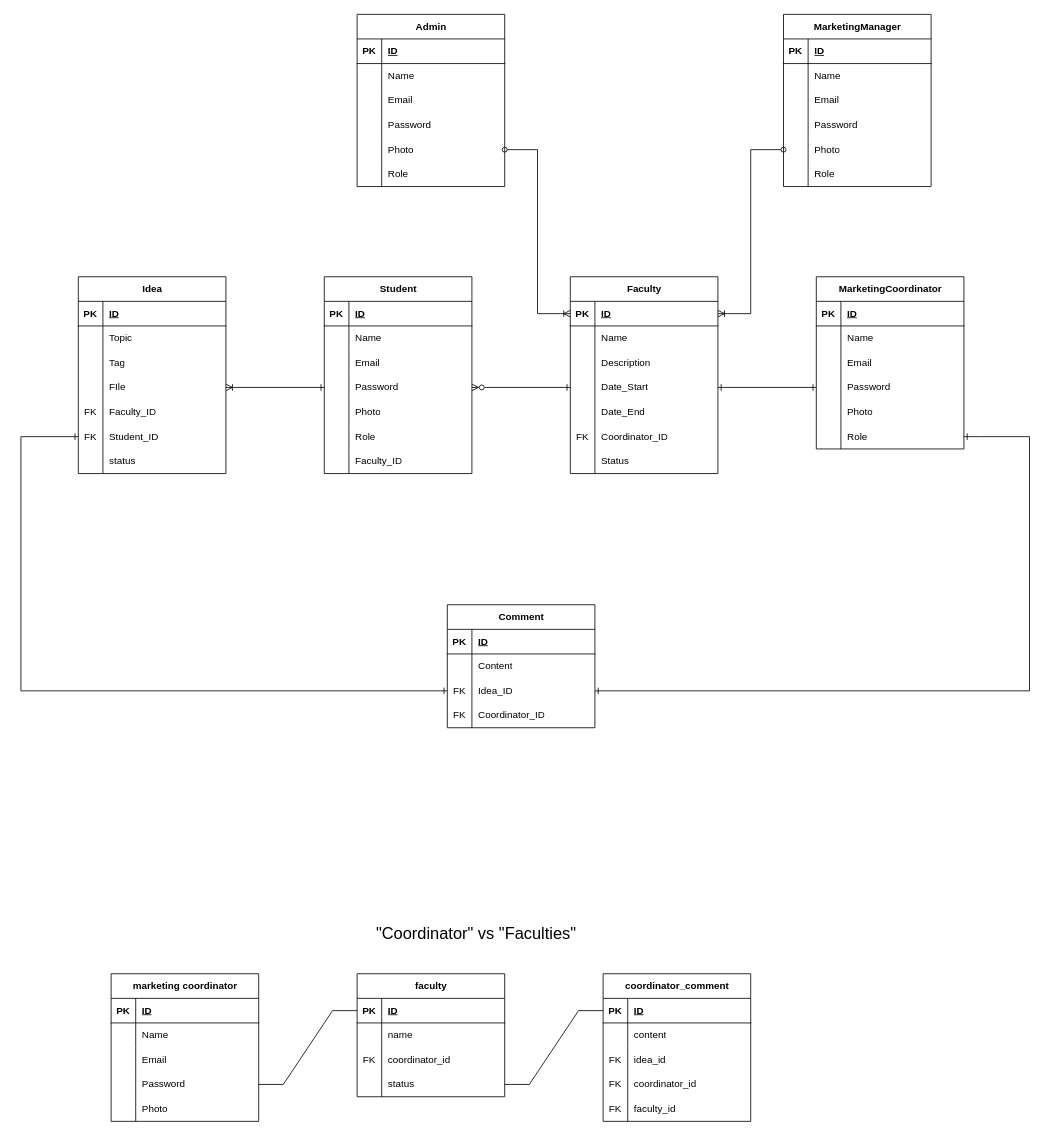
Before: Database System Design diagram/ERD.drawio in HungBuii/creative_ideas_project_1, a draw.io diagram. Source tidied: cells renumbered, new cells numbered last; positions are measured from the earlier drawing's top-left corner, leaving out a move shared by most shapes. Both pictures are drawn from the tidied source at 82%, with x=0, y=0 at pixel (20, 14).
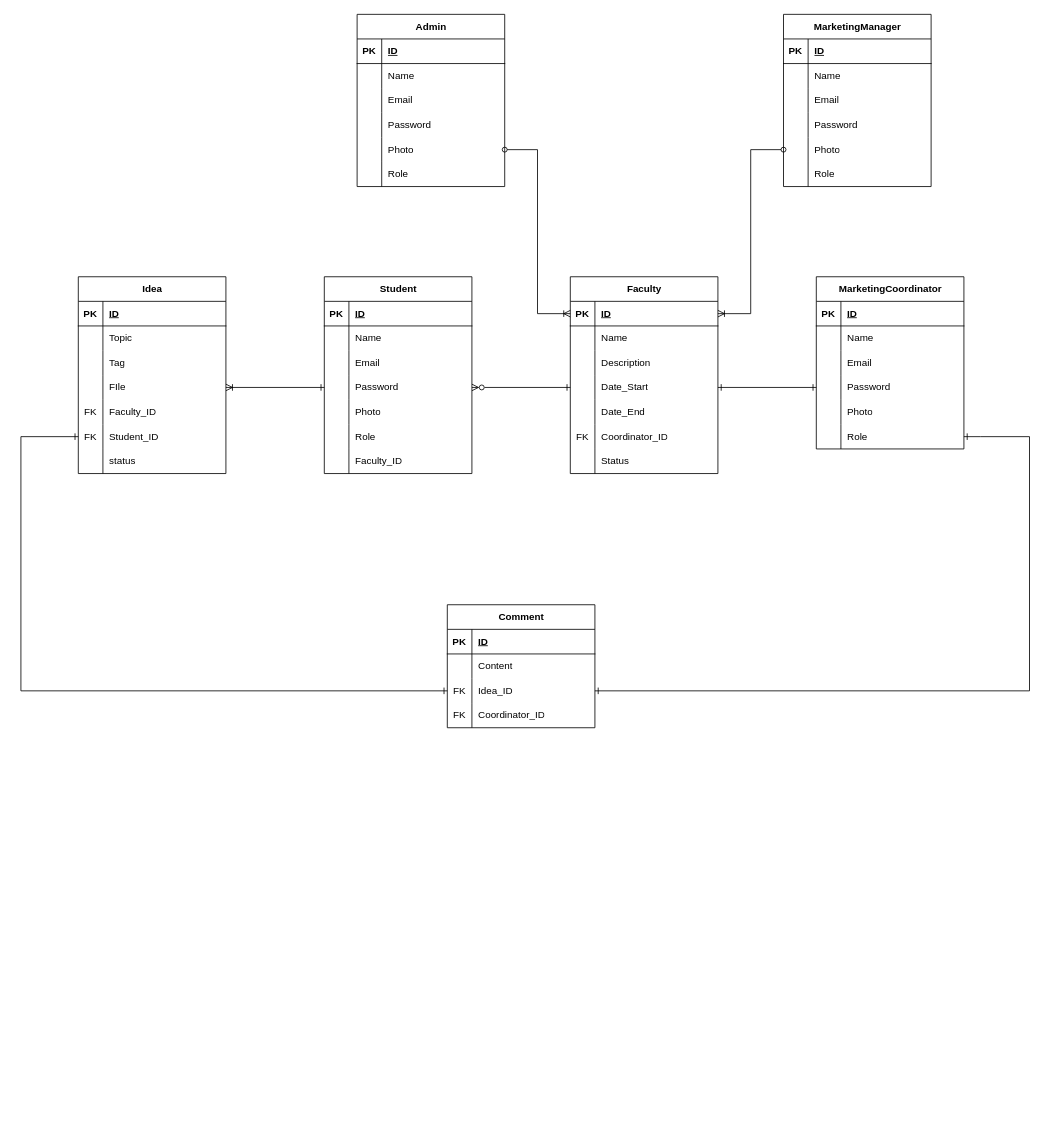
Above is the later version.

Diff of the diagram source:
```diff
@@
-    <mxCell id="2" value="&lt;font style=&quot;font-size: 20px;&quot;&gt;&quot;Coordinator&quot; vs &quot;Faculties&quot;&lt;/font&gt;" style="text;html=1;align=center;verticalAlign=middle;strokeColor=none;fillColor=none;" parent="1" vertex="1">
-      <mxGeometry x="420" y="1100" width="270" height="40" as="geometry" />
-    </mxCell>
-    <mxCell id="3" value="marketing coordinator" style="shape=table;startSize=30;childLayout=tableLayout;rowLines=0;fontStyle=1;align=center;html=1;" parent="1" vertex="1">
-      <mxGeometry x="110" y="1170" width="180" height="180" as="geometry" />
-    </mxCell>
-    <mxCell id="4" style="shape=tableRow;horizontal=0;startSize=0;swimlaneHead=0;swimlaneBody=0;fillColor=none;top=0;left=0;right=0;bottom=1;" parent="3" vertex="1">
-      <mxGeometry y="30" width="180" height="30" as="geometry" />
-    </mxCell>
-    <mxCell id="5" value="PK" style="shape=partialRectangle;fillColor=none;top=0;left=0;bottom=0;right=0;fontStyle=1;overflow=hidden;whiteSpace=wrap;html=1;" parent="4" vertex="1">
-      <mxGeometry width="30" height="30" as="geometry" />
-    </mxCell>
-    <mxCell id="6" value="ID" style="shape=partialRectangle;fillColor=none;top=0;left=0;bottom=0;right=0;align=left;spacingLeft=6;fontStyle=5;overflow=hidden;whiteSpace=wrap;html=1;" parent="4" vertex="1">
-      <mxGeometry x="30" width="150" height="30" as="geometry" />
-    </mxCell>
-    <mxCell id="7" style="shape=tableRow;horizontal=0;startSize=0;swimlaneHead=0;swimlaneBody=0;fillColor=none;top=0;left=0;right=0;bottom=0;" parent="3" vertex="1">
-      <mxGeometry y="60" width="180" height="30" as="geometry" />
-    </mxCell>
-    <mxCell id="8" style="shape=partialRectangle;fillColor=none;top=0;left=0;bottom=0;right=0;overflow=hidden;whiteSpace=wrap;html=1;" parent="7" vertex="1">
-      <mxGeometry width="30" height="30" as="geometry" />
-    </mxCell>
-    <mxCell id="9" value="Name" style="shape=partialRectangle;fillColor=none;top=0;left=0;bottom=0;right=0;align=left;spacingLeft=6;overflow=hidden;whiteSpace=wrap;html=1;" parent="7" vertex="1">
-      <mxGeometry x="30" width="150" height="30" as="geometry" />
-    </mxCell>
-    <mxCell id="10" style="shape=tableRow;horizontal=0;startSize=0;swimlaneHead=0;swimlaneBody=0;fillColor=none;top=0;left=0;right=0;bottom=0;" parent="3" vertex="1">
-      <mxGeometry y="90" width="180" height="30" as="geometry" />
-    </mxCell>
-    <mxCell id="11" style="shape=partialRectangle;fillColor=none;top=0;left=0;bottom=0;right=0;overflow=hidden;whiteSpace=wrap;html=1;" parent="10" vertex="1">
-      <mxGeometry width="30" height="30" as="geometry" />
-    </mxCell>
-    <mxCell id="12" value="Email" style="shape=partialRectangle;fillColor=none;top=0;left=0;bottom=0;right=0;align=left;spacingLeft=6;overflow=hidden;whiteSpace=wrap;html=1;" parent="10" vertex="1">
-      <mxGeometry x="30" width="150" height="30" as="geometry" />
-    </mxCell>
-    <mxCell id="13" style="shape=tableRow;horizontal=0;startSize=0;swimlaneHead=0;swimlaneBody=0;fillColor=none;points=[[0,0.5],[1,0.5]];portConstraint=eastwest;top=0;left=0;right=0;bottom=0;" parent="3" vertex="1">
-      <mxGeometry y="120" width="180" height="30" as="geometry" />
-    </mxCell>
-    <mxCell id="14" style="shape=partialRectangle;fillColor=none;top=0;left=0;bottom=0;right=0;overflow=hidden;whiteSpace=wrap;html=1;" parent="13" vertex="1">
-      <mxGeometry width="30" height="30" as="geometry" />
-    </mxCell>
-    <mxCell id="15" value="Password" style="shape=partialRectangle;fillColor=none;top=0;left=0;bottom=0;right=0;align=left;spacingLeft=6;overflow=hidden;whiteSpace=wrap;html=1;" parent="13" vertex="1">
-      <mxGeometry x="30" width="150" height="30" as="geometry" />
-    </mxCell>
-    <mxCell id="16" style="shape=tableRow;horizontal=0;startSize=0;swimlaneHead=0;swimlaneBody=0;fillColor=none;top=0;left=0;right=0;bottom=0;" parent="3" vertex="1">
-      <mxGeometry y="150" width="180" height="30" as="geometry" />
-    </mxCell>
-    <mxCell id="17" style="shape=partialRectangle;fillColor=none;top=0;left=0;bottom=0;right=0;overflow=hidden;whiteSpace=wrap;html=1;" parent="16" vertex="1">
-      <mxGeometry width="30" height="30" as="geometry" />
-    </mxCell>
-    <mxCell id="18" value="Photo" style="shape=partialRectangle;fillColor=none;top=0;left=0;bottom=0;right=0;align=left;spacingLeft=6;overflow=hidden;whiteSpace=wrap;html=1;" parent="16" vertex="1">
-      <mxGeometry x="30" width="150" height="30" as="geometry" />
-    </mxCell>
-    <mxCell id="19" value="faculty" style="shape=table;startSize=30;childLayout=tableLayout;rowLines=0;fontStyle=1;align=center;html=1;" parent="1" vertex="1">
-      <mxGeometry x="410" y="1170" width="180" height="150" as="geometry" />
-    </mxCell>
-    <mxCell id="20" style="shape=tableRow;horizontal=0;startSize=0;swimlaneHead=0;swimlaneBody=0;fillColor=none;points=[[0,0.5],[1,0.5]];portConstraint=eastwest;top=0;left=0;right=0;bottom=1;" parent="19" vertex="1">
-      <mxGeometry y="30" width="180" height="30" as="geometry" />
-    </mxCell>
-    <mxCell id="21" value="PK" style="shape=partialRectangle;fillColor=none;top=0;left=0;bottom=0;right=0;fontStyle=1;overflow=hidden;whiteSpace=wrap;html=1;" parent="20" vertex="1">
-      <mxGeometry width="30" height="30" as="geometry" />
-    </mxCell>
-    <mxCell id="22" value="ID" style="shape=partialRectangle;fillColor=none;top=0;left=0;bottom=0;right=0;align=left;spacingLeft=6;fontStyle=5;overflow=hidden;whiteSpace=wrap;html=1;" parent="20" vertex="1">
-      <mxGeometry x="30" width="150" height="30" as="geometry" />
-    </mxCell>
-    <mxCell id="23" style="shape=tableRow;horizontal=0;startSize=0;swimlaneHead=0;swimlaneBody=0;fillColor=none;top=0;left=0;right=0;bottom=0;" parent="19" vertex="1">
-      <mxGeometry y="60" width="180" height="30" as="geometry" />
-    </mxCell>
-    <mxCell id="24" style="shape=partialRectangle;fillColor=none;top=0;left=0;bottom=0;right=0;overflow=hidden;whiteSpace=wrap;html=1;" parent="23" vertex="1">
-      <mxGeometry width="30" height="30" as="geometry" />
-    </mxCell>
-    <mxCell id="25" value="name" style="shape=partialRectangle;fillColor=none;top=0;left=0;bottom=0;right=0;align=left;spacingLeft=6;overflow=hidden;whiteSpace=wrap;html=1;" parent="23" vertex="1">
-      <mxGeometry x="30" width="150" height="30" as="geometry" />
-    </mxCell>
-    <mxCell id="26" style="shape=tableRow;horizontal=0;startSize=0;swimlaneHead=0;swimlaneBody=0;fillColor=none;top=0;left=0;right=0;bottom=0;" parent="19" vertex="1">
-      <mxGeometry y="90" width="180" height="30" as="geometry" />
-    </mxCell>
-    <mxCell id="27" value="FK" style="shape=partialRectangle;fillColor=none;top=0;left=0;bottom=0;right=0;overflow=hidden;whiteSpace=wrap;html=1;" parent="26" vertex="1">
-      <mxGeometry width="30" height="30" as="geometry" />
-    </mxCell>
-    <mxCell id="28" value="coordinator_id" style="shape=partialRectangle;fillColor=none;top=0;left=0;bottom=0;right=0;align=left;spacingLeft=6;overflow=hidden;whiteSpace=wrap;html=1;" parent="26" vertex="1">
-      <mxGeometry x="30" width="150" height="30" as="geometry" />
-    </mxCell>
-    <mxCell id="29" style="shape=tableRow;horizontal=0;startSize=0;swimlaneHead=0;swimlaneBody=0;fillColor=none;points=[[0,0.5],[1,0.5]];portConstraint=eastwest;top=0;left=0;right=0;bottom=0;" parent="19" vertex="1">
-      <mxGeometry y="120" width="180" height="30" as="geometry" />
-    </mxCell>
-    <mxCell id="30" style="shape=partialRectangle;fillColor=none;top=0;left=0;bottom=0;right=0;overflow=hidden;whiteSpace=wrap;html=1;" parent="29" vertex="1">
-      <mxGeometry width="30" height="30" as="geometry" />
-    </mxCell>
-    <mxCell id="31" value="status" style="shape=partialRectangle;fillColor=none;top=0;left=0;bottom=0;right=0;align=left;spacingLeft=6;overflow=hidden;whiteSpace=wrap;html=1;" parent="29" vertex="1">
-      <mxGeometry x="30" width="150" height="30" as="geometry" />
-    </mxCell>
-    <mxCell id="32" style="edgeStyle=entityRelationEdgeStyle;fontSize=12;html=1;endArrow=none;startArrow=none;rounded=0;exitX=1;exitY=0.5;exitDx=0;exitDy=0;entryX=0;entryY=0.5;entryDx=0;entryDy=0;startFill=0;endFill=0;" parent="1" edge="1" source="13" target="20">
-      <mxGeometry relative="1" as="geometry" />
-    </mxCell>
@@
-    <mxCell id="46" value="coordinator_comment" style="shape=table;startSize=30;childLayout=tableLayout;rowLines=0;fontStyle=1;align=center;html=1;" parent="1" vertex="1">
-      <mxGeometry x="710" y="1170" width="180" height="180" as="geometry" />
-    </mxCell>
-    <mxCell id="47" style="shape=tableRow;horizontal=0;startSize=0;swimlaneHead=0;swimlaneBody=0;fillColor=none;points=[[0,0.5],[1,0.5]];portConstraint=eastwest;top=0;left=0;right=0;bottom=1;" parent="46" vertex="1">
-      <mxGeometry y="30" width="180" height="30" as="geometry" />
-    </mxCell>
-    <mxCell id="48" value="PK" style="shape=partialRectangle;fillColor=none;top=0;left=0;bottom=0;right=0;fontStyle=1;overflow=hidden;whiteSpace=wrap;html=1;" parent="47" vertex="1">
-      <mxGeometry width="30" height="30" as="geometry" />
-    </mxCell>
-    <mxCell id="49" value="ID" style="shape=partialRectangle;fillColor=none;top=0;left=0;bottom=0;right=0;align=left;spacingLeft=6;fontStyle=5;overflow=hidden;whiteSpace=wrap;html=1;" parent="47" vertex="1">
-      <mxGeometry x="30" width="150" height="30" as="geometry" />
-    </mxCell>
-    <mxCell id="50" style="shape=tableRow;horizontal=0;startSize=0;swimlaneHead=0;swimlaneBody=0;fillColor=none;top=0;left=0;right=0;bottom=0;" parent="46" vertex="1">
-      <mxGeometry y="60" width="180" height="30" as="geometry" />
-    </mxCell>
-    <mxCell id="51" style="shape=partialRectangle;fillColor=none;top=0;left=0;bottom=0;right=0;overflow=hidden;whiteSpace=wrap;html=1;" parent="50" vertex="1">
-      <mxGeometry width="30" height="30" as="geometry" />
-    </mxCell>
-    <mxCell id="52" value="content" style="shape=partialRectangle;fillColor=none;top=0;left=0;bottom=0;right=0;align=left;spacingLeft=6;overflow=hidden;whiteSpace=wrap;html=1;" parent="50" vertex="1">
-      <mxGeometry x="30" width="150" height="30" as="geometry" />
-    </mxCell>
-    <mxCell id="53" style="shape=tableRow;horizontal=0;startSize=0;swimlaneHead=0;swimlaneBody=0;fillColor=none;top=0;left=0;right=0;bottom=0;" parent="46" vertex="1">
-      <mxGeometry y="90" width="180" height="30" as="geometry" />
-    </mxCell>
-    <mxCell id="54" value="FK" style="shape=partialRectangle;fillColor=none;top=0;left=0;bottom=0;right=0;overflow=hidden;whiteSpace=wrap;html=1;" parent="53" vertex="1">
-      <mxGeometry width="30" height="30" as="geometry" />
-    </mxCell>
-    <mxCell id="55" value="idea_id" style="shape=partialRectangle;fillColor=none;top=0;left=0;bottom=0;right=0;align=left;spacingLeft=6;overflow=hidden;whiteSpace=wrap;html=1;" parent="53" vertex="1">
-      <mxGeometry x="30" width="150" height="30" as="geometry" />
-    </mxCell>
-    <mxCell id="56" style="shape=tableRow;horizontal=0;startSize=0;swimlaneHead=0;swimlaneBody=0;fillColor=none;top=0;left=0;right=0;bottom=0;" parent="46" vertex="1">
-      <mxGeometry y="120" width="180" height="30" as="geometry" />
-    </mxCell>
-    <mxCell id="57" value="FK" style="shape=partialRectangle;fillColor=none;top=0;left=0;bottom=0;right=0;overflow=hidden;whiteSpace=wrap;html=1;" parent="56" vertex="1">
-      <mxGeometry width="30" height="30" as="geometry" />
-    </mxCell>
-    <mxCell id="58" value="coordinator_id" style="shape=partialRectangle;fillColor=none;top=0;left=0;bottom=0;right=0;align=left;spacingLeft=6;overflow=hidden;whiteSpace=wrap;html=1;" parent="56" vertex="1">
-      <mxGeometry x="30" width="150" height="30" as="geometry" />
-    </mxCell>
-    <mxCell id="59" style="shape=tableRow;horizontal=0;startSize=0;swimlaneHead=0;swimlaneBody=0;fillColor=none;top=0;left=0;right=0;bottom=0;" parent="46" vertex="1">
-      <mxGeometry y="150" width="180" height="30" as="geometry" />
-    </mxCell>
-    <mxCell id="60" value="FK" style="shape=partialRectangle;fillColor=none;top=0;left=0;bottom=0;right=0;overflow=hidden;whiteSpace=wrap;html=1;" parent="59" vertex="1">
-      <mxGeometry width="30" height="30" as="geometry" />
-    </mxCell>
-    <mxCell id="61" value="faculty_id" style="shape=partialRectangle;fillColor=none;top=0;left=0;bottom=0;right=0;align=left;spacingLeft=6;overflow=hidden;whiteSpace=wrap;html=1;" parent="59" vertex="1">
-      <mxGeometry x="30" width="150" height="30" as="geometry" />
-    </mxCell>
-    <mxCell id="62" style="edgeStyle=entityRelationEdgeStyle;fontSize=12;html=1;endArrow=none;startArrow=none;rounded=0;startFill=0;endFill=0;exitX=1;exitY=0.5;exitDx=0;exitDy=0;entryX=0;entryY=0.5;entryDx=0;entryDy=0;" parent="1" edge="1" source="29" target="47">
-      <mxGeometry relative="1" as="geometry" />
-    </mxCell>
```
